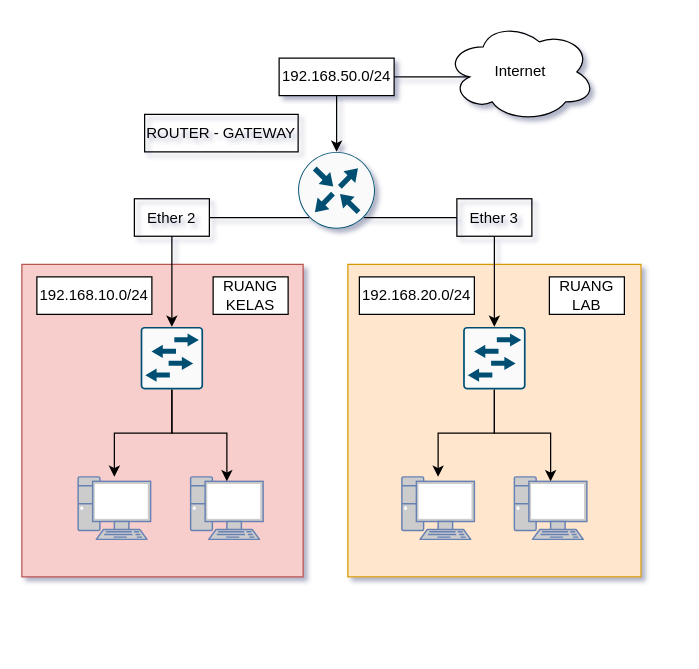
Above: OJM Topology.drawio in Mirekan/dump-drawio (draw.io), before the change. Source tidied: cells renumbered, new cells numbered last; positions are measured from the earlier drawing's top-left corner, leaving out a move shared by most shapes. Both pictures are drawn from the tidied source at 125%, with x=0, y=0 at pixel (21, 21).
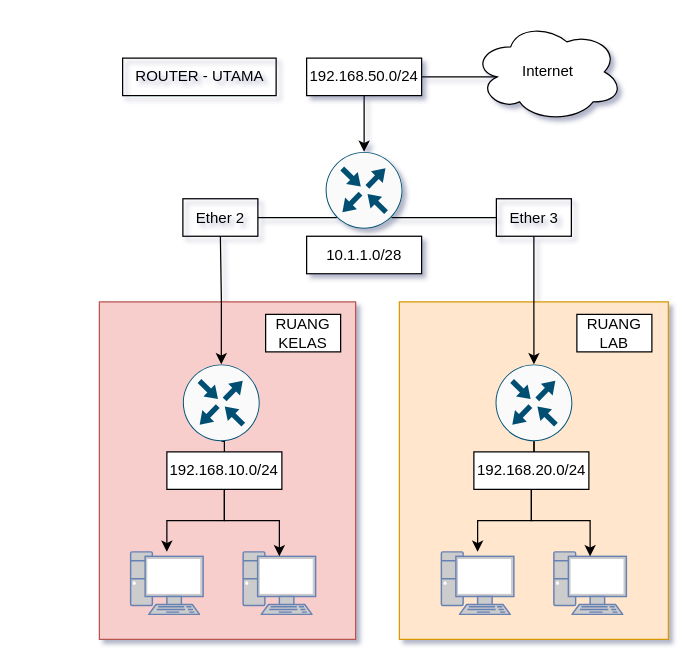
After the change.

Diff of the diagram source:
```diff
@@
     <mxCell id="2" style="rounded=0;whiteSpace=wrap;html=1;fillColor=#f8cecc;strokeColor=#b85450;" parent="1" vertex="1">
-      <mxGeometry y="194" width="225" height="250" as="geometry" />
+      <mxGeometry x="62" y="224" width="205" height="270" as="geometry" />
     </mxCell>
     <mxCell id="3" style="rounded=0;whiteSpace=wrap;html=1;fillColor=#ffe6cc;strokeColor=#d79b00;" parent="1" vertex="1">
-      <mxGeometry x="260.8" y="194" width="234.5" height="250" as="geometry" />
+      <mxGeometry x="302" y="224" width="215.2" height="270" as="geometry" />
     </mxCell>
@@
     <mxCell id="5" style="sketch=0;points=[[0.5,0,0],[1,0.5,0],[0.5,1,0],[0,0.5,0],[0.145,0.145,0],[0.8555,0.145,0],[0.855,0.8555,0],[0.145,0.855,0]];verticalLabelPosition=bottom;html=1;verticalAlign=top;align=center;shape=mxgraph.cisco19.rect;prIcon=router;fillColor=#FAFAFA;strokeColor=#005073;" parent="1" vertex="1">
-      <mxGeometry x="221" y="104" width="61.5" height="61.5" as="geometry" />
+      <mxGeometry x="243" y="104" width="61.5" height="61.5" as="geometry" />
     </mxCell>
-    <mxCell id="6" style="edgeStyle=orthogonalEdgeStyle;rounded=0;jettySize=auto;html=1;" parent="1" edge="1" source="7" target="13">
+    <mxCell id="6" style="edgeStyle=orthogonalEdgeStyle;rounded=0;jettySize=auto;html=1;" parent="1" edge="1" source="25" target="13">
       <mxGeometry relative="1" as="geometry" />
     </mxCell>
-    <mxCell id="7" style="sketch=0;points=[[0.015,0.015,0],[0.985,0.015,0],[0.985,0.985,0],[0.015,0.985,0],[0.25,0,0],[0.5,0,0],[0.75,0,0],[1,0.25,0],[1,0.5,0],[1,0.75,0],[0.75,1,0],[0.5,1,0],[0.25,1,0],[0,0.75,0],[0,0.5,0],[0,0.25,0]];verticalLabelPosition=bottom;html=1;verticalAlign=top;align=center;shape=mxgraph.cisco19.rect;prIcon=l2_switch;fillColor=#FAFAFA;strokeColor=#005073;" parent="1" vertex="1">
-      <mxGeometry x="95" y="244" width="50" height="50" as="geometry" />
-    </mxCell>
@@
-    <mxCell id="9" style="edgeStyle=orthogonalEdgeStyle;rounded=0;jettySize=auto;html=1;endArrow=none;endFill=0;startArrow=classic;startFill=1;" parent="1" edge="1" source="7" target="10">
+    <mxCell id="9" style="edgeStyle=orthogonalEdgeStyle;rounded=0;jettySize=auto;html=1;endArrow=none;endFill=0;startArrow=classic;startFill=1;exitX=0.5;exitY=0;exitDx=0;exitDy=0;exitPerimeter=0;" parent="1" edge="1" source="34" target="10">
       <mxGeometry relative="1" as="geometry" />
     </mxCell>
     <mxCell id="10" value="Ether 2" style="text;html=1;align=center;verticalAlign=middle;whiteSpace=wrap;rounded=0;strokeColor=default;" parent="1" vertex="1">
-      <mxGeometry x="90" y="141.5" width="60" height="30" as="geometry" />
+      <mxGeometry x="128.8" y="141.5" width="60" height="30" as="geometry" />
     </mxCell>
     <mxCell id="11" value="Ether 3" style="text;html=1;align=center;verticalAlign=middle;whiteSpace=wrap;rounded=0;strokeColor=default;" parent="1" vertex="1">
-      <mxGeometry x="348" y="141.5" width="60" height="30" as="geometry" />
+      <mxGeometry x="379.6" y="141.5" width="60" height="30" as="geometry" />
     </mxCell>
-    <mxCell id="12" style="edgeStyle=orthogonalEdgeStyle;rounded=0;jettySize=auto;html=1;exitX=0.5;exitY=1;exitDx=0;exitDy=0;entryX=0.5;entryY=0;entryDx=0;entryDy=0;entryPerimeter=0;" parent="1" edge="1" source="11" target="19">
+    <mxCell id="12" style="edgeStyle=orthogonalEdgeStyle;rounded=0;jettySize=auto;html=1;exitX=0.5;exitY=1;exitDx=0;exitDy=0;entryX=0.5;entryY=0;entryDx=0;entryDy=0;entryPerimeter=0;" parent="1" edge="1" source="11" target="37">
       <mxGeometry relative="1" as="geometry" />
     </mxCell>
     <mxCell id="13" style="fontColor=#0066CC;verticalAlign=top;verticalLabelPosition=bottom;labelPosition=center;align=center;html=1;outlineConnect=0;fillColor=#CCCCCC;strokeColor=#6881B3;gradientColor=none;gradientDirection=north;strokeWidth=2;shape=mxgraph.networks.pc;" parent="1" vertex="1">
-      <mxGeometry x="45" y="364" width="58" height="50" as="geometry" />
+      <mxGeometry x="87" y="424" width="58" height="50" as="geometry" />
     </mxCell>
     <mxCell id="14" style="fontColor=#0066CC;verticalAlign=top;verticalLabelPosition=bottom;labelPosition=center;align=center;html=1;outlineConnect=0;fillColor=#CCCCCC;strokeColor=#6881B3;gradientColor=none;gradientDirection=north;strokeWidth=2;shape=mxgraph.networks.pc;" parent="1" vertex="1">
-      <mxGeometry x="135" y="364" width="58" height="50" as="geometry" />
+      <mxGeometry x="177" y="424" width="58" height="50" as="geometry" />
     </mxCell>
     <mxCell id="15" style="fontColor=#0066CC;verticalAlign=top;verticalLabelPosition=bottom;labelPosition=center;align=center;html=1;outlineConnect=0;fillColor=#CCCCCC;strokeColor=#6881B3;gradientColor=none;gradientDirection=north;strokeWidth=2;shape=mxgraph.networks.pc;" parent="1" vertex="1">
-      <mxGeometry x="304" y="364" width="58" height="50" as="geometry" />
+      <mxGeometry x="335.6" y="424" width="58" height="50" as="geometry" />
     </mxCell>
     <mxCell id="16" style="fontColor=#0066CC;verticalAlign=top;verticalLabelPosition=bottom;labelPosition=center;align=center;html=1;outlineConnect=0;fillColor=#CCCCCC;strokeColor=#6881B3;gradientColor=none;gradientDirection=north;strokeWidth=2;shape=mxgraph.networks.pc;" parent="1" vertex="1">
-      <mxGeometry x="394" y="364" width="58" height="50" as="geometry" />
+      <mxGeometry x="425.6" y="424" width="58" height="50" as="geometry" />
     </mxCell>
-    <mxCell id="17" style="edgeStyle=orthogonalEdgeStyle;rounded=0;jettySize=auto;html=1;exitX=0.5;exitY=1;exitDx=0;exitDy=0;exitPerimeter=0;entryX=0.5;entryY=0.07;entryDx=0;entryDy=0;entryPerimeter=0;" parent="1" edge="1" source="7" target="14">
+    <mxCell id="17" style="edgeStyle=orthogonalEdgeStyle;rounded=0;jettySize=auto;html=1;exitX=0.5;exitY=1;exitDx=0;exitDy=0;exitPerimeter=0;entryX=0.5;entryY=0.07;entryDx=0;entryDy=0;entryPerimeter=0;" parent="1" edge="1" source="25" target="14">
       <mxGeometry relative="1" as="geometry" />
     </mxCell>
-    <mxCell id="18" style="edgeStyle=orthogonalEdgeStyle;rounded=0;jettySize=auto;html=1;" parent="1" edge="1" source="19" target="15">
+    <mxCell id="18" style="edgeStyle=orthogonalEdgeStyle;rounded=0;jettySize=auto;html=1;" parent="1" edge="1" source="26" target="15">
       <mxGeometry relative="1" as="geometry" />
     </mxCell>
-    <mxCell id="19" style="sketch=0;points=[[0.015,0.015,0],[0.985,0.015,0],[0.985,0.985,0],[0.015,0.985,0],[0.25,0,0],[0.5,0,0],[0.75,0,0],[1,0.25,0],[1,0.5,0],[1,0.75,0],[0.75,1,0],[0.5,1,0],[0.25,1,0],[0,0.75,0],[0,0.5,0],[0,0.25,0]];verticalLabelPosition=bottom;html=1;verticalAlign=top;align=center;shape=mxgraph.cisco19.rect;prIcon=l2_switch;fillColor=#FAFAFA;strokeColor=#005073;" parent="1" vertex="1">
-      <mxGeometry x="353" y="244" width="50" height="50" as="geometry" />
-    </mxCell>
-    <mxCell id="20" style="edgeStyle=orthogonalEdgeStyle;rounded=0;jettySize=auto;html=1;entryX=0.5;entryY=0.07;entryDx=0;entryDy=0;entryPerimeter=0;" parent="1" edge="1" source="19" target="16">
+    <mxCell id="20" style="edgeStyle=orthogonalEdgeStyle;rounded=0;jettySize=auto;html=1;entryX=0.5;entryY=0.07;entryDx=0;entryDy=0;entryPerimeter=0;" parent="1" edge="1" source="26" target="16">
       <mxGeometry relative="1" as="geometry" />
     </mxCell>
@@
     <mxCell id="22" value="Internet" style="ellipse;shape=cloud;whiteSpace=wrap;html=1;" parent="1" vertex="1">
-      <mxGeometry x="339" width="120" height="80" as="geometry" />
+      <mxGeometry x="361" width="120" height="80" as="geometry" />
     </mxCell>
     <mxCell id="23" value="RUANG KELAS" style="text;html=1;align=center;verticalAlign=middle;whiteSpace=wrap;rounded=0;strokeColor=default;fillColor=default;" parent="1" vertex="1">
-      <mxGeometry x="153" y="204" width="60" height="30" as="geometry" />
+      <mxGeometry x="195" y="234" width="60" height="30" as="geometry" />
     </mxCell>
     <mxCell id="24" value="RUANG LAB" style="text;html=1;align=center;verticalAlign=middle;whiteSpace=wrap;rounded=0;strokeColor=default;fillColor=default;" parent="1" vertex="1">
-      <mxGeometry x="422" y="204" width="60" height="30" as="geometry" />
+      <mxGeometry x="444" y="234" width="60" height="30" as="geometry" />
     </mxCell>
-    <mxCell id="25" value="192.168.10.0/24" style="text;html=1;align=center;verticalAlign=middle;whiteSpace=wrap;rounded=0;strokeColor=default;fillColor=default;" parent="1" vertex="1">
-      <mxGeometry x="12" y="204" width="92" height="30" as="geometry" />
-    </mxCell>
-    <mxCell id="26" value="192.168.20.0/24" style="text;html=1;align=center;verticalAlign=middle;whiteSpace=wrap;rounded=0;strokeColor=default;fillColor=default;" parent="1" vertex="1">
-      <mxGeometry x="270" y="204" width="92" height="30" as="geometry" />
-    </mxCell>
@@
     <mxCell id="28" value="192.168.50.0/24" style="text;html=1;align=center;verticalAlign=middle;whiteSpace=wrap;rounded=0;strokeColor=default;fillColor=default;" parent="1" vertex="1">
-      <mxGeometry x="205.8" y="29" width="92" height="30" as="geometry" />
+      <mxGeometry x="227.8" y="29" width="92" height="30" as="geometry" />
     </mxCell>
-    <mxCell id="29" value="ROUTER - GATEWAY" style="text;html=1;align=center;verticalAlign=middle;whiteSpace=wrap;rounded=0;strokeColor=default;" parent="1" vertex="1">
-      <mxGeometry x="98.2" y="74" width="122.8" height="30" as="geometry" />
+    <mxCell id="29" value="ROUTER - UTAMA" style="text;html=1;align=center;verticalAlign=middle;whiteSpace=wrap;rounded=0;strokeColor=default;" parent="1" vertex="1">
+      <mxGeometry x="80.6" y="29" width="122.8" height="30" as="geometry" />
     </mxCell>
+    <mxCell id="30" value="10.1.1.0/28" style="text;html=1;align=center;verticalAlign=middle;whiteSpace=wrap;rounded=0;strokeColor=default;fillColor=default;" parent="1" vertex="1">
+      <mxGeometry x="227.8" y="171.5" width="92" height="30" as="geometry" />
+    </mxCell>
+    <mxCell id="31" style="edgeStyle=orthogonalEdgeStyle;rounded=0;jettySize=auto;html=1;" parent="1" edge="1" target="34">
+      <mxGeometry relative="1" as="geometry">
+        <mxPoint x="162" y="324" as="sourcePoint" />
+      </mxGeometry>
+    </mxCell>
+    <mxCell id="32" style="edgeStyle=orthogonalEdgeStyle;rounded=0;jettySize=auto;html=1;exitX=0.5;exitY=1;exitDx=0;exitDy=0;exitPerimeter=0;entryX=0.5;entryY=0.07;entryDx=0;entryDy=0;entryPerimeter=0;" parent="1" edge="1" target="34">
+      <mxGeometry relative="1" as="geometry">
+        <mxPoint x="162" y="324" as="sourcePoint" />
+      </mxGeometry>
+    </mxCell>
+    <mxCell id="33" style="edgeStyle=orthogonalEdgeStyle;rounded=0;jettySize=auto;html=1;exitX=0.5;exitY=1;exitDx=0;exitDy=0;exitPerimeter=0;entryX=0.5;entryY=0;entryDx=0;entryDy=0;endArrow=none;endFill=0;" parent="1" edge="1" source="34" target="25">
+      <mxGeometry relative="1" as="geometry" />
+    </mxCell>
+    <mxCell id="34" style="sketch=0;points=[[0.5,0,0],[1,0.5,0],[0.5,1,0],[0,0.5,0],[0.145,0.145,0],[0.8555,0.145,0],[0.855,0.8555,0],[0.145,0.855,0]];verticalLabelPosition=bottom;html=1;verticalAlign=top;align=center;shape=mxgraph.cisco19.rect;prIcon=router;fillColor=#FAFAFA;strokeColor=#005073;" parent="1" vertex="1">
+      <mxGeometry x="128.8" y="274" width="61.5" height="61.5" as="geometry" />
+    </mxCell>
+    <mxCell id="35" style="edgeStyle=orthogonalEdgeStyle;rounded=0;jettySize=auto;html=1;" parent="1" edge="1" target="37">
+      <mxGeometry relative="1" as="geometry">
+        <mxPoint x="400" y="324" as="sourcePoint" />
+      </mxGeometry>
+    </mxCell>
+    <mxCell id="36" style="edgeStyle=orthogonalEdgeStyle;rounded=0;jettySize=auto;html=1;entryX=0.5;entryY=0.07;entryDx=0;entryDy=0;entryPerimeter=0;" parent="1" edge="1" target="37">
+      <mxGeometry relative="1" as="geometry">
+        <mxPoint x="400" y="324" as="sourcePoint" />
+      </mxGeometry>
+    </mxCell>
+    <mxCell id="37" style="sketch=0;points=[[0.5,0,0],[1,0.5,0],[0.5,1,0],[0,0.5,0],[0.145,0.145,0],[0.8555,0.145,0],[0.855,0.8555,0],[0.145,0.855,0]];verticalLabelPosition=bottom;html=1;verticalAlign=top;align=center;shape=mxgraph.cisco19.rect;prIcon=router;fillColor=#FAFAFA;strokeColor=#005073;" parent="1" vertex="1">
+      <mxGeometry x="378.9" y="274" width="61.5" height="61.5" as="geometry" />
+    </mxCell>
+    <mxCell id="38" style="edgeStyle=orthogonalEdgeStyle;rounded=0;jettySize=auto;html=1;entryX=0.5;entryY=0.07;entryDx=0;entryDy=0;entryPerimeter=0;" parent="1" edge="1" source="37" target="26">
+      <mxGeometry relative="1" as="geometry" />
+    </mxCell>
+    <mxCell id="39" style="edgeStyle=orthogonalEdgeStyle;rounded=0;jettySize=auto;html=1;" parent="1" edge="1" source="37" target="26">
+      <mxGeometry relative="1" as="geometry" />
+    </mxCell>
+    <mxCell id="26" value="192.168.20.0/24" style="text;html=1;align=center;verticalAlign=middle;whiteSpace=wrap;rounded=0;strokeColor=default;fillColor=default;" parent="1" vertex="1">
+      <mxGeometry x="361.6" y="344" width="92" height="30" as="geometry" />
+    </mxCell>
+    <mxCell id="25" value="192.168.10.0/24" style="text;html=1;align=center;verticalAlign=middle;whiteSpace=wrap;rounded=0;strokeColor=default;fillColor=default;" parent="1" vertex="1">
+      <mxGeometry x="116" y="344" width="92" height="30" as="geometry" />
+    </mxCell>
```
